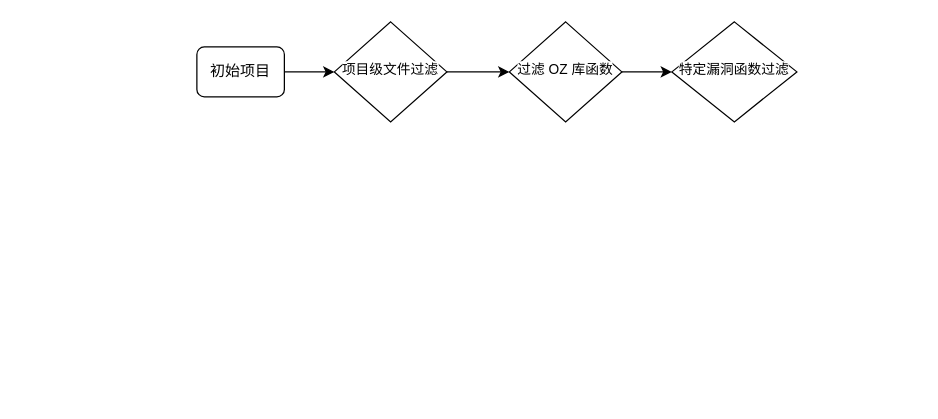
This is GPTScan.drawio from sunplanter/Paper, a draw.io file, before an edit. Source tidied: cells renumbered, new cells numbered last; positions are measured from the earlier drawing's top-left corner, leaving out a move shared by most shapes. Both pictures are drawn from the tidied source at 125%, with x=0, y=0 at pixel (196, 21).
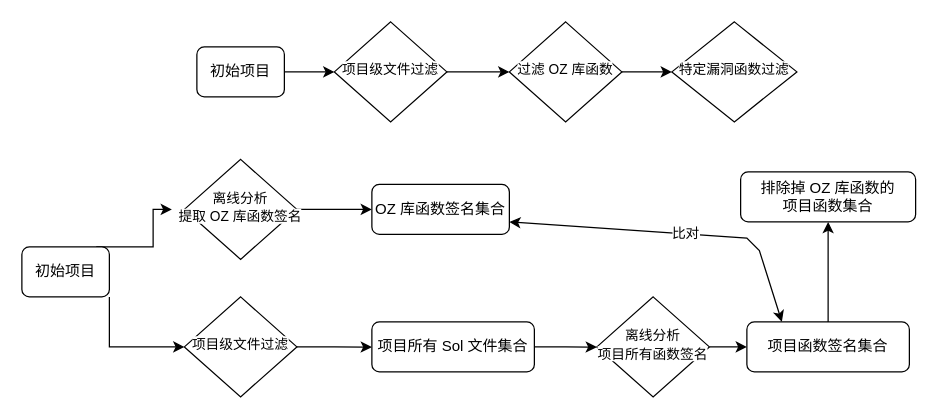
Above is the later version.

The edit, as a diff of the source:
```diff
@@
+    <mxCell id="9" style="edgeStyle=orthogonalEdgeStyle;rounded=0;orthogonalLoop=1;jettySize=auto;html=1;exitX=1;exitY=0.25;exitDx=0;exitDy=0;entryX=0;entryY=0.5;entryDx=0;entryDy=0;" parent="1" edge="1">
+      <mxGeometry relative="1" as="geometry">
+        <mxPoint x="-80" y="190" as="sourcePoint" />
+        <mxPoint x="-20" y="150" as="targetPoint" />
+        <Array as="points">
+          <mxPoint x="-80" y="180" />
+          <mxPoint x="-35" y="180" />
+          <mxPoint x="-35" y="150" />
+        </Array>
+      </mxGeometry>
+    </mxCell>
+    <mxCell id="10" style="edgeStyle=orthogonalEdgeStyle;rounded=0;jettySize=auto;html=1;exitX=1;exitY=1;exitDx=0;exitDy=0;entryX=0;entryY=0.5;entryDx=0;entryDy=0;" parent="1" edge="1" source="11" target="15">
+      <mxGeometry relative="1" as="geometry" />
+    </mxCell>
+    <mxCell id="11" value="初始项目" style="rounded=1;whiteSpace=wrap;html=1;fontSize=12;glass=0;strokeWidth=1;shadow=0;" parent="1" vertex="1">
+      <mxGeometry x="-140" y="180" width="70" height="40" as="geometry" />
+    </mxCell>
+    <mxCell id="12" style="edgeStyle=orthogonalEdgeStyle;rounded=0;jettySize=auto;html=1;entryX=0;entryY=0.5;entryDx=0;entryDy=0;" parent="1" edge="1" source="13" target="16">
+      <mxGeometry relative="1" as="geometry" />
+    </mxCell>
+    <mxCell id="13" value="&lt;span style=&quot;font-size: 11px; text-wrap-mode: nowrap; background-color: rgb(255, 255, 255);&quot;&gt;离线分析&lt;/span&gt;&lt;div&gt;&lt;span style=&quot;font-size: 11px; text-wrap-mode: nowrap; background-color: rgb(255, 255, 255);&quot;&gt;提取 OZ 库函数签名&lt;/span&gt;&lt;/div&gt;" style="rhombus;whiteSpace=wrap;html=1;shadow=0;fontFamily=Helvetica;fontSize=12;align=center;strokeWidth=1;spacing=6;spacingTop=-4;" parent="1" vertex="1">
+      <mxGeometry x="-10" y="110" width="90" height="80" as="geometry" />
+    </mxCell>
+    <mxCell id="14" style="edgeStyle=orthogonalEdgeStyle;rounded=0;jettySize=auto;html=1;exitX=1;exitY=0.5;exitDx=0;exitDy=0;" parent="1" edge="1" source="15">
+      <mxGeometry relative="1" as="geometry">
+        <mxPoint x="140" y="260.2" as="targetPoint" />
+      </mxGeometry>
+    </mxCell>
+    <mxCell id="15" value="&lt;span style=&quot;font-size: 11px; white-space: nowrap; background-color: rgb(255, 255, 255);&quot;&gt;项目级文件过滤&lt;/span&gt;" style="rhombus;whiteSpace=wrap;html=1;shadow=0;fontFamily=Helvetica;fontSize=12;align=center;strokeWidth=1;spacing=6;spacingTop=-4;" parent="1" vertex="1">
+      <mxGeometry x="-10" y="220" width="90" height="80" as="geometry" />
+    </mxCell>
+    <mxCell id="16" value="OZ 库函数签名集合" style="rounded=1;whiteSpace=wrap;html=1;fontSize=12;glass=0;strokeWidth=1;shadow=0;" parent="1" vertex="1">
+      <mxGeometry x="140" y="130" width="110" height="40" as="geometry" />
+    </mxCell>
+    <mxCell id="17" style="edgeStyle=orthogonalEdgeStyle;rounded=0;jettySize=auto;html=1;exitX=1;exitY=0.5;exitDx=0;exitDy=0;" parent="1" edge="1" source="18">
+      <mxGeometry relative="1" as="geometry">
+        <mxPoint x="320" y="260.2" as="targetPoint" />
+      </mxGeometry>
+    </mxCell>
+    <mxCell id="18" value="项目所有 Sol 文件集合" style="rounded=1;whiteSpace=wrap;html=1;fontSize=12;glass=0;strokeWidth=1;shadow=0;" parent="1" vertex="1">
+      <mxGeometry x="140" y="240" width="130" height="40" as="geometry" />
+    </mxCell>
+    <mxCell id="19" style="edgeStyle=orthogonalEdgeStyle;rounded=0;jettySize=auto;html=1;" parent="1" edge="1" source="20" target="22">
+      <mxGeometry relative="1" as="geometry" />
+    </mxCell>
+    <mxCell id="20" value="&lt;span style=&quot;font-size: 11px; text-wrap-mode: nowrap; background-color: rgb(255, 255, 255);&quot;&gt;离线分析&lt;/span&gt;&lt;div&gt;&lt;span style=&quot;font-size: 11px; text-wrap-mode: nowrap; background-color: rgb(255, 255, 255);&quot;&gt;项目所有函数签名&lt;/span&gt;&lt;/div&gt;" style="rhombus;whiteSpace=wrap;html=1;shadow=0;fontFamily=Helvetica;fontSize=12;align=center;strokeWidth=1;spacing=6;spacingTop=-4;" parent="1" vertex="1">
+      <mxGeometry x="320" y="220" width="90" height="80" as="geometry" />
+    </mxCell>
+    <mxCell id="21" style="edgeStyle=orthogonalEdgeStyle;rounded=0;jettySize=auto;html=1;exitX=0.5;exitY=0;exitDx=0;exitDy=0;entryX=0.5;entryY=1;entryDx=0;entryDy=0;" parent="1" edge="1" source="22" target="25">
+      <mxGeometry relative="1" as="geometry" />
+    </mxCell>
+    <mxCell id="22" value="项目函数签名集合" style="rounded=1;whiteSpace=wrap;html=1;fontSize=12;glass=0;strokeWidth=1;shadow=0;" parent="1" vertex="1">
+      <mxGeometry x="440" y="240" width="130" height="40" as="geometry" />
+    </mxCell>
+    <mxCell id="23" style="endArrow=classic;startArrow=classic;html=1;rounded=0;exitX=0.446;exitY=-0.075;exitDx=0;exitDy=0;exitPerimeter=0;entryX=1;entryY=0.75;entryDx=0;entryDy=0;" parent="1" edge="1" target="16">
+      <mxGeometry relative="1" as="geometry">
+        <mxPoint x="468" y="240" as="sourcePoint" />
+        <Array as="points">
+          <mxPoint x="450" y="183" />
+          <mxPoint x="440" y="173" />
+        </Array>
+      </mxGeometry>
+    </mxCell>
+    <mxCell id="24" value="比对" style="edgeLabel;html=1;align=center;verticalAlign=middle;" parent="23" vertex="1">
+      <mxGeometry x="-0.06" y="-1" relative="1" as="geometry" />
+    </mxCell>
+    <mxCell id="25" value="排除掉 OZ 库函数的&lt;div&gt;项目函数集合&lt;/div&gt;" style="rounded=1;whiteSpace=wrap;html=1;fontSize=12;glass=0;strokeWidth=1;shadow=0;" parent="1" vertex="1">
+      <mxGeometry x="435" y="120" width="140" height="40" as="geometry" />
+    </mxCell>
```
